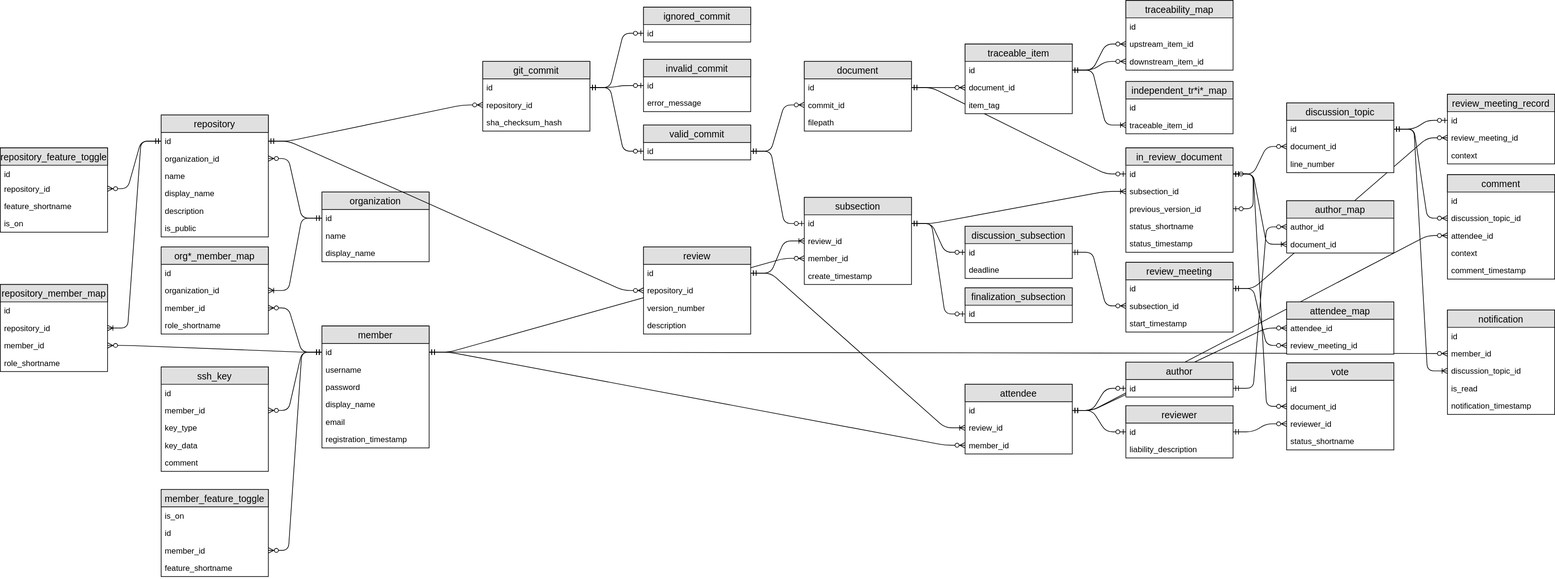
Above: doc/design/database/entity-relationship-diagram.svg in gitenter/gitenter (draw.io), before the change. Source tidied: cells renumbered, new cells last; positions are measured from the earlier drawing's top-left corner, leaving out a move shared by most shapes.
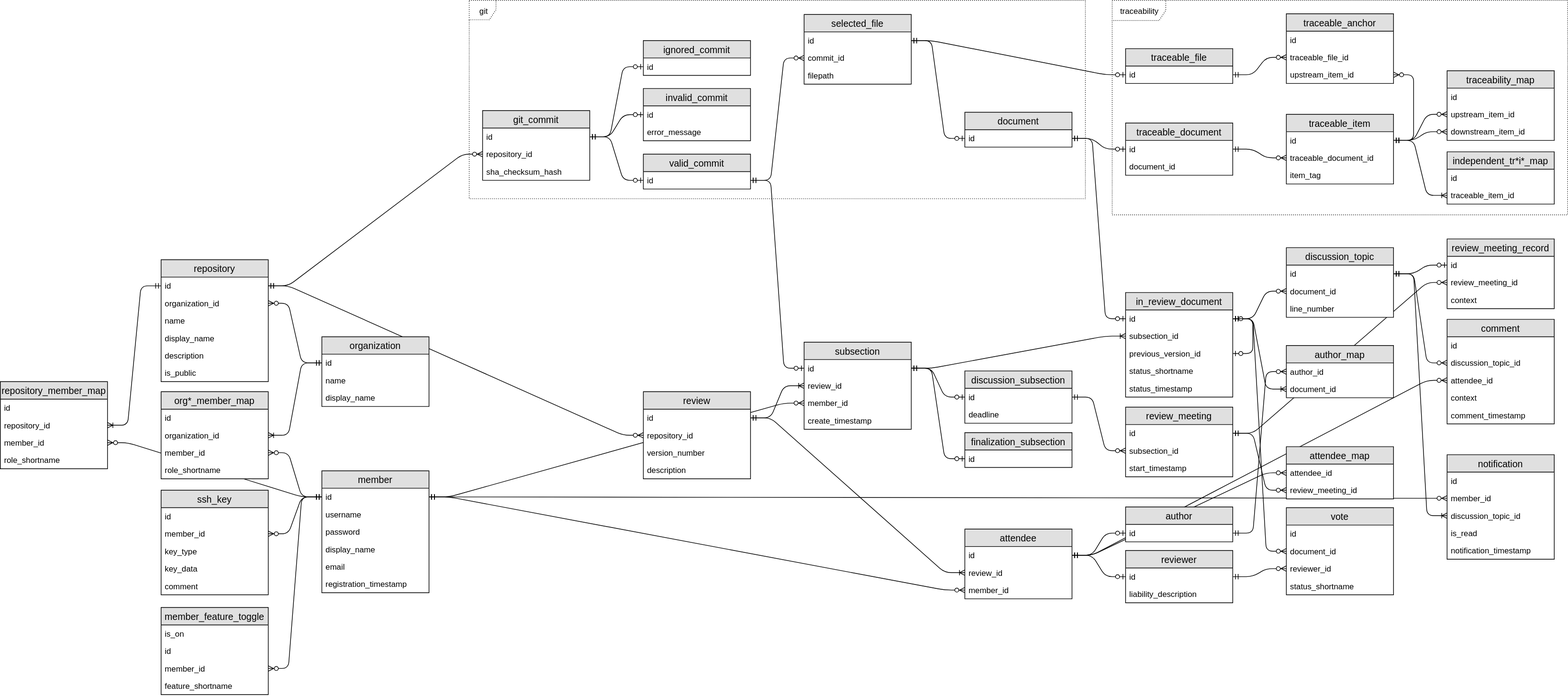
The same file after the commit.

Commit message:
Update the traceability part of ERD.

Diff of the diagram source:
```diff
@@ -4,2 +4,8 @@
     <mxCell id="1" parent="0" />
+    <mxCell id="181" value="traceability" style="shape=umlFrame;whiteSpace=wrap;html=1;dashed=1;dashPattern=1 2;width=80;height=30;" parent="1" vertex="1">
+      <mxGeometry x="1660" y="-216" width="680" height="320" as="geometry" />
+    </mxCell>
+    <mxCell id="182" value="git" style="shape=umlFrame;whiteSpace=wrap;html=1;dashed=1;dashPattern=1 2;width=40;height=29;" parent="1" vertex="1">
+      <mxGeometry x="700" y="-216" width="920" height="296" as="geometry" />
+    </mxCell>
     <mxCell id="2" style="edgeStyle=entityRelationEdgeStyle;fontSize=12;html=1;endArrow=ERoneToMany;startArrow=ERmandOne;strokeColor=#000000;strokeWidth=1;" parent="1" edge="1" source="109" target="162">
@@ -37,14 +43,2 @@
     </mxCell>
-    <mxCell id="13" value="organization" style="swimlane;fontStyle=0;horizontal=1;startSize=26;fillColor=#e0e0e0;swimlaneFillColor=#ffffff;align=center;fontSize=14;" parent="1" vertex="1">
-      <mxGeometry x="480" y="286" width="160" height="104" as="geometry" />
-    </mxCell>
-    <mxCell id="14" value="id" style="text;strokeColor=none;fillColor=none;spacingLeft=4;spacingRight=4;overflow=hidden;points=[[0,0.5],[1,0.5]];portConstraint=eastwest;fontSize=12;" parent="13" vertex="1">
-      <mxGeometry y="26" width="160" height="26" as="geometry" />
-    </mxCell>
-    <mxCell id="15" value="name" style="text;strokeColor=none;fillColor=none;spacingLeft=4;spacingRight=4;overflow=hidden;fontSize=12;" parent="13" vertex="1">
-      <mxGeometry y="52" width="160" height="26" as="geometry" />
-    </mxCell>
-    <mxCell id="16" value="display_name" style="text;strokeColor=none;fillColor=none;spacingLeft=4;spacingRight=4;overflow=hidden;fontSize=12;" parent="13" vertex="1">
-      <mxGeometry y="78" width="160" height="26" as="geometry" />
-    </mxCell>
     <mxCell id="17" value="member" style="swimlane;fontStyle=0;horizontal=1;startSize=26;fillColor=#e0e0e0;swimlaneFillColor=#ffffff;align=center;fontSize=14;" parent="1" vertex="1">
@@ -116,3 +110,3 @@
     <mxCell id="39" value="repository_member_map" style="swimlane;fontStyle=0;horizontal=1;startSize=26;fillColor=#e0e0e0;swimlaneFillColor=#ffffff;align=center;fontSize=14;" parent="1" vertex="1">
-      <mxGeometry y="424" width="160" height="130" as="geometry" />
+      <mxGeometry y="353" width="160" height="130" as="geometry" />
     </mxCell>
@@ -133,38 +127,2 @@
     </mxCell>
-    <mxCell id="45" value="repository_feature_toggle" style="swimlane;fontStyle=0;horizontal=1;startSize=26;fillColor=#e0e0e0;swimlaneFillColor=#ffffff;align=center;fontSize=14;" parent="1" vertex="1">
-      <mxGeometry y="220" width="160" height="126" as="geometry" />
-    </mxCell>
-    <mxCell id="46" value="id" style="text;strokeColor=none;fillColor=none;spacingLeft=4;spacingRight=4;overflow=hidden;fontSize=12;" parent="45" vertex="1">
-      <mxGeometry y="26" width="160" height="22" as="geometry" />
-    </mxCell>
-    <mxCell id="47" value="repository_id" style="text;strokeColor=none;fillColor=none;spacingLeft=4;spacingRight=4;overflow=hidden;points=[[0,0.5],[1,0.5]];portConstraint=eastwest;fontSize=12;" parent="45" vertex="1">
-      <mxGeometry y="48" width="160" height="26" as="geometry" />
-    </mxCell>
-    <mxCell id="48" value="feature_shortname" style="text;strokeColor=none;fillColor=none;spacingLeft=4;spacingRight=4;overflow=hidden;fontSize=12;" parent="45" vertex="1">
-      <mxGeometry y="74" width="160" height="26" as="geometry" />
-    </mxCell>
-    <mxCell id="49" value="is_on" style="text;strokeColor=none;fillColor=none;spacingLeft=4;spacingRight=4;overflow=hidden;fontSize=12;" parent="45" vertex="1">
-      <mxGeometry y="100" width="160" height="26" as="geometry" />
-    </mxCell>
-    <mxCell id="50" style="edgeStyle=entityRelationEdgeStyle;fontSize=12;html=1;endArrow=ERzeroToMany;startArrow=ERmandOne;strokeColor=#000000;strokeWidth=1;endFill=1;" parent="1" edge="1" source="27" target="47">
-      <mxGeometry relative="1" as="geometry" />
-    </mxCell>
-    <mxCell id="51" value="ssh_key" style="swimlane;fontStyle=0;horizontal=1;startSize=26;fillColor=#e0e0e0;swimlaneFillColor=#ffffff;align=center;fontSize=14;" parent="1" vertex="1">
-      <mxGeometry x="240" y="547" width="160" height="156" as="geometry" />
-    </mxCell>
-    <mxCell id="52" value="id" style="text;strokeColor=none;fillColor=none;spacingLeft=4;spacingRight=4;overflow=hidden;fontSize=12;" parent="51" vertex="1">
-      <mxGeometry y="26" width="160" height="26" as="geometry" />
-    </mxCell>
-    <mxCell id="53" value="member_id" style="text;strokeColor=none;fillColor=none;spacingLeft=4;spacingRight=4;overflow=hidden;points=[[0,0.5],[1,0.5]];portConstraint=eastwest;fontSize=12;" parent="51" vertex="1">
-      <mxGeometry y="52" width="160" height="26" as="geometry" />
-    </mxCell>
-    <mxCell id="54" value="key_type" style="text;strokeColor=none;fillColor=none;spacingLeft=4;spacingRight=4;overflow=hidden;fontSize=12;" parent="51" vertex="1">
-      <mxGeometry y="78" width="160" height="26" as="geometry" />
-    </mxCell>
-    <mxCell id="55" value="key_data" style="text;strokeColor=none;fillColor=none;spacingLeft=4;spacingRight=4;overflow=hidden;fontSize=12;" parent="51" vertex="1">
-      <mxGeometry y="104" width="160" height="26" as="geometry" />
-    </mxCell>
-    <mxCell id="56" value="comment" style="text;strokeColor=none;fillColor=none;spacingLeft=4;spacingRight=4;overflow=hidden;fontSize=12;" parent="51" vertex="1">
-      <mxGeometry y="130" width="160" height="26" as="geometry" />
-    </mxCell>
     <mxCell id="57" style="edgeStyle=entityRelationEdgeStyle;fontSize=12;html=1;endArrow=ERzeroToMany;startArrow=ERmandOne;strokeColor=#000000;strokeWidth=1;endFill=1;" parent="1" edge="1" source="18" target="53">
@@ -173,3 +131,3 @@
     <mxCell id="58" value="git_commit" style="swimlane;fontStyle=0;horizontal=1;startSize=26;fillColor=#e0e0e0;swimlaneFillColor=#ffffff;align=center;fontSize=14;" parent="1" vertex="1">
-      <mxGeometry x="720" y="91" width="160" height="104" as="geometry" />
+      <mxGeometry x="720" y="-51.5" width="160" height="104" as="geometry" />
     </mxCell>
@@ -185,3 +143,3 @@
     <mxCell id="62" value="member_feature_toggle" style="swimlane;fontStyle=0;horizontal=1;startSize=26;fillColor=#e0e0e0;swimlaneFillColor=#ffffff;align=center;fontSize=14;" parent="1" vertex="1">
-      <mxGeometry x="240" y="730" width="160" height="130" as="geometry" />
+      <mxGeometry x="240" y="690" width="160" height="130" as="geometry" />
     </mxCell>
@@ -206,3 +164,3 @@
     <mxCell id="69" value="valid_commit" style="swimlane;fontStyle=0;horizontal=1;startSize=26;fillColor=#e0e0e0;swimlaneFillColor=#ffffff;align=center;fontSize=14;" parent="1" vertex="1">
-      <mxGeometry x="960" y="186" width="160" height="52" as="geometry" />
+      <mxGeometry x="960" y="13.5" width="160" height="52" as="geometry" />
     </mxCell>
@@ -218,3 +176,3 @@
     <mxCell id="73" value="invalid_commit" style="swimlane;fontStyle=0;horizontal=1;startSize=26;fillColor=#e0e0e0;swimlaneFillColor=#ffffff;align=center;fontSize=14;" parent="1" vertex="1">
-      <mxGeometry x="960" y="88" width="160" height="78" as="geometry" />
+      <mxGeometry x="960" y="-84.5" width="160" height="78" as="geometry" />
     </mxCell>
@@ -227,3 +185,3 @@
     <mxCell id="76" value="ignored_commit" style="swimlane;fontStyle=0;horizontal=1;startSize=26;fillColor=#e0e0e0;swimlaneFillColor=#ffffff;align=center;fontSize=14;" parent="1" vertex="1">
-      <mxGeometry x="960" y="10" width="160" height="52" as="geometry" />
+      <mxGeometry x="960" y="-156" width="160" height="52" as="geometry" />
     </mxCell>
@@ -236,3 +194,3 @@
     <mxCell id="79" value="document" style="swimlane;fontStyle=0;horizontal=1;startSize=26;fillColor=#e0e0e0;swimlaneFillColor=#ffffff;align=center;fontSize=14;" parent="1" vertex="1">
-      <mxGeometry x="1200" y="91" width="160" height="104" as="geometry" />
+      <mxGeometry x="1440" y="-49" width="160" height="52" as="geometry" />
     </mxCell>
@@ -241,8 +199,2 @@
     </mxCell>
-    <mxCell id="81" value="commit_id" style="text;strokeColor=none;fillColor=none;spacingLeft=4;spacingRight=4;overflow=hidden;points=[[0,0.5],[1,0.5]];portConstraint=eastwest;fontSize=12;" parent="79" vertex="1">
-      <mxGeometry y="52" width="160" height="26" as="geometry" />
-    </mxCell>
-    <mxCell id="82" value="filepath" style="text;strokeColor=none;fillColor=none;spacingLeft=4;spacingRight=4;overflow=hidden;fontSize=12;" parent="79" vertex="1">
-      <mxGeometry y="78" width="160" height="26" as="geometry" />
-    </mxCell>
     <mxCell id="83" style="edgeStyle=entityRelationEdgeStyle;fontSize=12;html=1;endArrow=ERzeroToMany;startArrow=ERmandOne;strokeColor=#000000;strokeWidth=1;endFill=1;" parent="1" edge="1" source="70" target="81">
@@ -251,3 +203,3 @@
     <mxCell id="84" value="traceable_item" style="swimlane;fontStyle=0;horizontal=1;startSize=26;fillColor=#e0e0e0;swimlaneFillColor=#ffffff;align=center;fontSize=14;" parent="1" vertex="1">
-      <mxGeometry x="1440" y="65" width="160" height="104" as="geometry" />
+      <mxGeometry x="1920" y="-46" width="160" height="104" as="geometry" />
     </mxCell>
@@ -256,3 +208,3 @@
     </mxCell>
-    <mxCell id="86" value="document_id" style="text;strokeColor=none;fillColor=none;spacingLeft=4;spacingRight=4;overflow=hidden;points=[[0,0.5],[1,0.5]];portConstraint=eastwest;fontSize=12;" parent="84" vertex="1">
+    <mxCell id="86" value="traceable_document_id" style="text;strokeColor=none;fillColor=none;spacingLeft=4;spacingRight=4;overflow=hidden;points=[[0,0.5],[1,0.5]];portConstraint=eastwest;fontSize=12;" parent="84" vertex="1">
       <mxGeometry y="52" width="160" height="26" as="geometry" />
@@ -262,3 +214,3 @@
     </mxCell>
-    <mxCell id="88" style="edgeStyle=entityRelationEdgeStyle;fontSize=12;html=1;endArrow=ERzeroToMany;startArrow=ERmandOne;strokeColor=#000000;strokeWidth=1;endFill=1;" parent="1" edge="1" source="80" target="86">
+    <mxCell id="88" style="edgeStyle=entityRelationEdgeStyle;fontSize=12;html=1;endArrow=ERzeroToMany;startArrow=ERmandOne;strokeColor=#000000;strokeWidth=1;endFill=1;" parent="1" edge="1" source="184" target="86">
       <mxGeometry relative="1" as="geometry" />
@@ -266,3 +218,3 @@
     <mxCell id="89" value="traceability_map" style="swimlane;fontStyle=0;horizontal=1;startSize=26;fillColor=#e0e0e0;swimlaneFillColor=#ffffff;align=center;fontSize=14;" parent="1" vertex="1">
-      <mxGeometry x="1680" width="160" height="104" as="geometry" />
+      <mxGeometry x="2160" y="-111" width="160" height="104" as="geometry" />
     </mxCell>
@@ -452,3 +404,3 @@
     <mxCell id="151" value="independent_tr*i*_map" style="swimlane;fontStyle=0;horizontal=1;startSize=26;fillColor=#e0e0e0;swimlaneFillColor=#ffffff;align=center;fontSize=14;" parent="1" vertex="1">
-      <mxGeometry x="1680" y="121" width="160" height="78" as="geometry" />
+      <mxGeometry x="2160" y="10" width="160" height="78" as="geometry" />
     </mxCell>
@@ -541,2 +493,86 @@
     </mxCell>
+    <mxCell id="183" value="traceable_document" style="swimlane;fontStyle=0;horizontal=1;startSize=26;fillColor=#e0e0e0;swimlaneFillColor=#ffffff;align=center;fontSize=14;" parent="1" vertex="1">
+      <mxGeometry x="1680" y="-33" width="160" height="78" as="geometry" />
+    </mxCell>
+    <mxCell id="184" value="id" style="text;strokeColor=none;fillColor=none;spacingLeft=4;spacingRight=4;overflow=hidden;points=[[0,0.5],[1,0.5]];portConstraint=eastwest;fontSize=12;" parent="183" vertex="1">
+      <mxGeometry y="26" width="160" height="26" as="geometry" />
+    </mxCell>
+    <mxCell id="185" value="document_id" style="text;strokeColor=none;fillColor=none;spacingLeft=4;spacingRight=4;overflow=hidden;fontSize=12;" parent="183" vertex="1">
+      <mxGeometry y="52" width="160" height="26" as="geometry" />
+    </mxCell>
+    <mxCell id="186" style="edgeStyle=entityRelationEdgeStyle;fontSize=12;html=1;endArrow=ERzeroToOne;startArrow=ERmandOne;" parent="1" edge="1" source="80" target="184">
+      <mxGeometry relative="1" as="geometry" />
+    </mxCell>
+    <mxCell id="187" value="traceable_file" style="swimlane;fontStyle=0;horizontal=1;startSize=26;fillColor=#e0e0e0;swimlaneFillColor=#ffffff;align=center;fontSize=14;" parent="1" vertex="1">
+      <mxGeometry x="1680" y="-144" width="160" height="52" as="geometry" />
+    </mxCell>
+    <mxCell id="188" value="id" style="text;strokeColor=none;fillColor=none;spacingLeft=4;spacingRight=4;overflow=hidden;points=[[0,0.5],[1,0.5]];portConstraint=eastwest;fontSize=12;" parent="187" vertex="1">
+      <mxGeometry y="26" width="160" height="26" as="geometry" />
+    </mxCell>
+    <mxCell id="189" value="selected_file" style="swimlane;fontStyle=0;horizontal=1;startSize=26;fillColor=#e0e0e0;swimlaneFillColor=#ffffff;align=center;fontSize=14;" parent="1" vertex="1">
+      <mxGeometry x="1200" y="-195" width="160" height="104" as="geometry" />
+    </mxCell>
+    <mxCell id="190" value="id" style="text;strokeColor=none;fillColor=none;spacingLeft=4;spacingRight=4;overflow=hidden;points=[[0,0.5],[1,0.5]];portConstraint=eastwest;fontSize=12;" parent="189" vertex="1">
+      <mxGeometry y="26" width="160" height="26" as="geometry" />
+    </mxCell>
+    <mxCell id="81" value="commit_id" style="text;strokeColor=none;fillColor=none;spacingLeft=4;spacingRight=4;overflow=hidden;points=[[0,0.5],[1,0.5]];portConstraint=eastwest;fontSize=12;" parent="189" vertex="1">
+      <mxGeometry y="52" width="160" height="26" as="geometry" />
+    </mxCell>
+    <mxCell id="82" value="filepath" style="text;strokeColor=none;fillColor=none;spacingLeft=4;spacingRight=4;overflow=hidden;fontSize=12;" parent="189" vertex="1">
+      <mxGeometry y="78" width="160" height="26" as="geometry" />
+    </mxCell>
+    <mxCell id="191" style="edgeStyle=entityRelationEdgeStyle;fontSize=12;html=1;endArrow=ERzeroToOne;startArrow=ERmandOne;strokeColor=#000000;strokeWidth=1;" parent="1" edge="1" source="190" target="188">
+      <mxGeometry relative="1" as="geometry" />
+    </mxCell>
+    <mxCell id="192" style="edgeStyle=entityRelationEdgeStyle;fontSize=12;html=1;endArrow=ERzeroToOne;startArrow=ERmandOne;strokeColor=#000000;strokeWidth=1;" parent="1" edge="1" source="190" target="80">
+      <mxGeometry relative="1" as="geometry" />
+    </mxCell>
+    <mxCell id="193" value="traceable_anchor" style="swimlane;fontStyle=0;horizontal=1;startSize=26;fillColor=#e0e0e0;swimlaneFillColor=#ffffff;align=center;fontSize=14;" parent="1" vertex="1">
+      <mxGeometry x="1920" y="-196" width="160" height="104" as="geometry" />
+    </mxCell>
+    <mxCell id="194" value="id" style="text;strokeColor=none;fillColor=none;spacingLeft=4;spacingRight=4;overflow=hidden;fontSize=12;" parent="193" vertex="1">
+      <mxGeometry y="26" width="160" height="26" as="geometry" />
+    </mxCell>
+    <mxCell id="195" value="traceable_file_id" style="text;strokeColor=none;fillColor=none;spacingLeft=4;spacingRight=4;overflow=hidden;points=[[0,0.5],[1,0.5]];portConstraint=eastwest;fontSize=12;" parent="193" vertex="1">
+      <mxGeometry y="52" width="160" height="26" as="geometry" />
+    </mxCell>
+    <mxCell id="196" value="upstream_item_id" style="text;strokeColor=none;fillColor=none;spacingLeft=4;spacingRight=4;overflow=hidden;points=[[0,0.5],[1,0.5]];portConstraint=eastwest;fontSize=12;" parent="193" vertex="1">
+      <mxGeometry y="78" width="160" height="26" as="geometry" />
+    </mxCell>
+    <mxCell id="197" style="edgeStyle=entityRelationEdgeStyle;fontSize=12;html=1;endArrow=ERzeroToMany;startArrow=ERmandOne;strokeColor=#000000;strokeWidth=1;endFill=1;" parent="1" edge="1" source="188" target="195">
+      <mxGeometry relative="1" as="geometry" />
+    </mxCell>
+    <mxCell id="198" style="edgeStyle=entityRelationEdgeStyle;fontSize=12;html=1;endArrow=ERzeroToMany;startArrow=ERmandOne;strokeColor=#000000;strokeWidth=1;endFill=1;" parent="1" edge="1" source="85" target="196">
+      <mxGeometry relative="1" as="geometry" />
+    </mxCell>
+    <mxCell id="51" value="ssh_key" style="swimlane;fontStyle=0;horizontal=1;startSize=26;fillColor=#e0e0e0;swimlaneFillColor=#ffffff;align=center;fontSize=14;" parent="1" vertex="1">
+      <mxGeometry x="240" y="515" width="160" height="156" as="geometry" />
+    </mxCell>
+    <mxCell id="52" value="id" style="text;strokeColor=none;fillColor=none;spacingLeft=4;spacingRight=4;overflow=hidden;fontSize=12;" parent="51" vertex="1">
+      <mxGeometry y="26" width="160" height="26" as="geometry" />
+    </mxCell>
+    <mxCell id="53" value="member_id" style="text;strokeColor=none;fillColor=none;spacingLeft=4;spacingRight=4;overflow=hidden;points=[[0,0.5],[1,0.5]];portConstraint=eastwest;fontSize=12;" parent="51" vertex="1">
+      <mxGeometry y="52" width="160" height="26" as="geometry" />
+    </mxCell>
+    <mxCell id="54" value="key_type" style="text;strokeColor=none;fillColor=none;spacingLeft=4;spacingRight=4;overflow=hidden;fontSize=12;" parent="51" vertex="1">
+      <mxGeometry y="78" width="160" height="26" as="geometry" />
+    </mxCell>
+    <mxCell id="55" value="key_data" style="text;strokeColor=none;fillColor=none;spacingLeft=4;spacingRight=4;overflow=hidden;fontSize=12;" parent="51" vertex="1">
+      <mxGeometry y="104" width="160" height="26" as="geometry" />
+    </mxCell>
+    <mxCell id="56" value="comment" style="text;strokeColor=none;fillColor=none;spacingLeft=4;spacingRight=4;overflow=hidden;fontSize=12;" parent="51" vertex="1">
+      <mxGeometry y="130" width="160" height="26" as="geometry" />
+    </mxCell>
+    <mxCell id="13" value="organization" style="swimlane;fontStyle=0;horizontal=1;startSize=26;fillColor=#e0e0e0;swimlaneFillColor=#ffffff;align=center;fontSize=14;" parent="1" vertex="1">
+      <mxGeometry x="480" y="286" width="160" height="104" as="geometry" />
+    </mxCell>
+    <mxCell id="14" value="id" style="text;strokeColor=none;fillColor=none;spacingLeft=4;spacingRight=4;overflow=hidden;points=[[0,0.5],[1,0.5]];portConstraint=eastwest;fontSize=12;" parent="13" vertex="1">
+      <mxGeometry y="26" width="160" height="26" as="geometry" />
+    </mxCell>
+    <mxCell id="15" value="name" style="text;strokeColor=none;fillColor=none;spacingLeft=4;spacingRight=4;overflow=hidden;fontSize=12;" parent="13" vertex="1">
+      <mxGeometry y="52" width="160" height="26" as="geometry" />
+    </mxCell>
+    <mxCell id="16" value="display_name" style="text;strokeColor=none;fillColor=none;spacingLeft=4;spacingRight=4;overflow=hidden;fontSize=12;" parent="13" vertex="1">
+      <mxGeometry y="78" width="160" height="26" as="geometry" />
+    </mxCell>
   </root>
```
